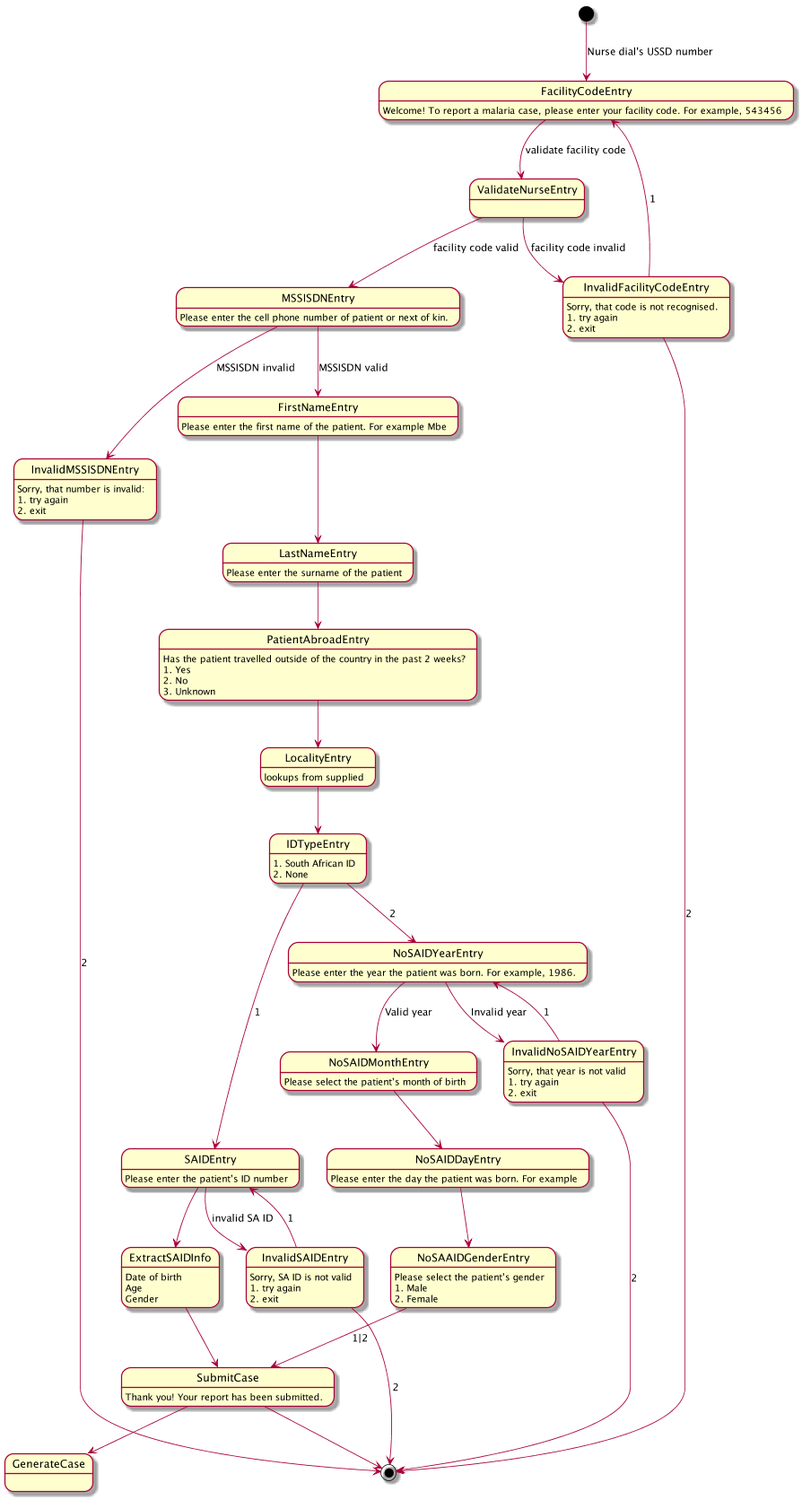
The PlantUML diagram State.png in praekeltfoundation/go-jsbox-malaria24, before a commit. Its diagram source:
```plantuml
@startuml
scale 900 width


[*] --> FacilityCodeEntry : Nurse dial's USSD number
FacilityCodeEntry : Welcome! To report a malaria case, please enter your facility code. For example, 543456

FacilityCodeEntry --> ValidateNurseEntry : validate facility code
ValidateNurseEntry --> InvalidFacilityCodeEntry : facility code invalid
InvalidFacilityCodeEntry: Sorry, that code is not recognised.
InvalidFacilityCodeEntry: 1. try again
InvalidFacilityCodeEntry: 2. exit
InvalidFacilityCodeEntry --> [*] : 2
InvalidFacilityCodeEntry --> FacilityCodeEntry : 1
ValidateNurseEntry --> MSSISDNEntry : facility code valid
MSSISDNEntry : Please enter the cell phone number of patient or next of kin.

MSSISDNEntry --> InvalidMSSISDNEntry : MSSISDN invalid
InvalidMSSISDNEntry : Sorry, that number is invalid:
InvalidMSSISDNEntry: 1. try again
InvalidMSSISDNEntry: 2. exit

InvalidMSSISDNEntry --> [*] : 2

MSSISDNEntry --> FirstNameEntry : MSSISDN valid
FirstNameEntry : Please enter the first name of the patient. For example Mbe
FirstNameEntry --> LastNameEntry
LastNameEntry : Please enter the surname of the patient

LastNameEntry --> PatientAbroadEntry
PatientAbroadEntry : Has the patient travelled outside of the country in the past 2 weeks?
PatientAbroadEntry: 1. Yes
PatientAbroadEntry : 2. No
PatientAbroadEntry : 3. Unknown
PatientAbroadEntry --> LocalityEntry
LocalityEntry : lookups from supplied
LocalityEntry --> IDTypeEntry
IDTypeEntry --> SAIDEntry : 1
IDTypeEntry : 1. South African ID
IDTypeEntry : 2. None

IDTypeEntry --> NoSAIDYearEntry : 2
NoSAIDYearEntry : Please enter the year the patient was born. For example, 1986.
NoSAIDYearEntry --> InvalidNoSAIDYearEntry : Invalid year
InvalidNoSAIDYearEntry: Sorry, that year is not valid
InvalidNoSAIDYearEntry : 1. try again
InvalidNoSAIDYearEntry : 2. exit

InvalidNoSAIDYearEntry --> [*] : 2
InvalidNoSAIDYearEntry --> NoSAIDYearEntry : 1


NoSAIDYearEntry --> NoSAIDMonthEntry : Valid year
NoSAIDMonthEntry : Please select the patient?s month of birth
NoSAIDMonthEntry --> NoSAIDDayEntry
NoSAIDDayEntry : Please enter the day the patient was born. For example
NoSAIDDayEntry --> NoSAAIDGenderEntry
NoSAAIDGenderEntry : Please select the patient?s gender
NoSAAIDGenderEntry : 1. Male
NoSAAIDGenderEntry : 2. Female

NoSAAIDGenderEntry --> SubmitCase : 1|2
SAIDEntry : Please enter the patient?s ID number
SAIDEntry --> InvalidSAIDEntry : invalid SA ID

InvalidSAIDEntry : Sorry, SA ID is not valid
InvalidSAIDEntry : 1. try again
InvalidSAIDEntry : 2. exit

InvalidSAIDEntry --> SAIDEntry : 1
InvalidSAIDEntry --> [*] : 2

SAIDEntry --> ExtractSAIDInfo
ExtractSAIDInfo --> SubmitCase
ExtractSAIDInfo : Date of birth
ExtractSAIDInfo : Age
ExtractSAIDInfo : Gender

SubmitCase --> [*]

SubmitCase: Thank you! Your report has been submitted.

SubmitCase --> GenerateCase

@enduml
```
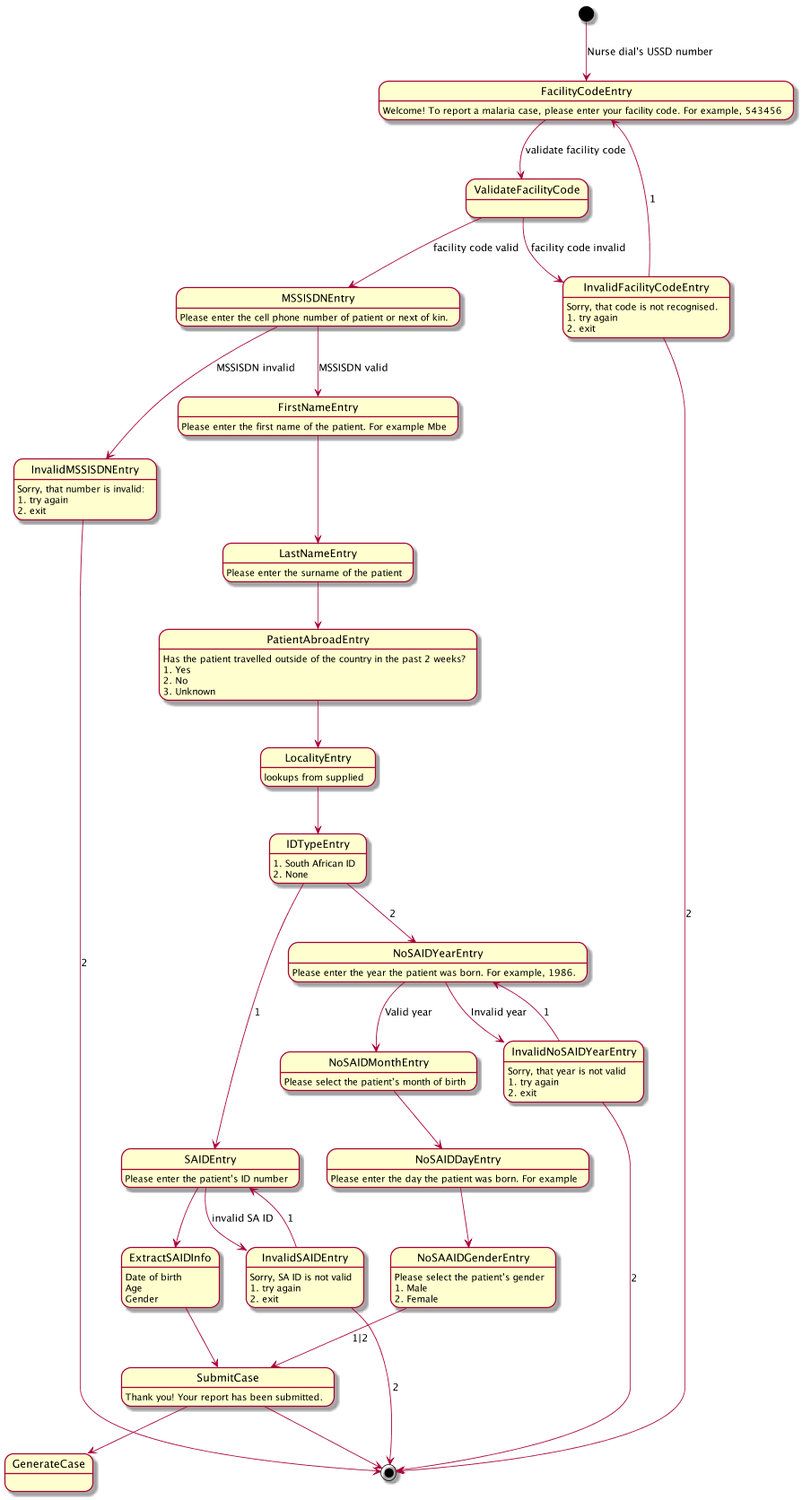
The same file after the commit.

What changed in the source:
```diff
@@ -5,14 +5,14 @@
 [*] --> FacilityCodeEntry : Nurse dial's USSD number
 FacilityCodeEntry : Welcome! To report a malaria case, please enter your facility code. For example, 543456
 
-FacilityCodeEntry --> ValidateNurseEntry : validate facility code
-ValidateNurseEntry --> InvalidFacilityCodeEntry : facility code invalid
+FacilityCodeEntry --> ValidateFacilityCode : validate facility code
+ValidateFacilityCode --> InvalidFacilityCodeEntry : facility code invalid
 InvalidFacilityCodeEntry: Sorry, that code is not recognised.
 InvalidFacilityCodeEntry: 1. try again
 InvalidFacilityCodeEntry: 2. exit
 InvalidFacilityCodeEntry --> [*] : 2
 InvalidFacilityCodeEntry --> FacilityCodeEntry : 1
-ValidateNurseEntry --> MSSISDNEntry : facility code valid
+ValidateFacilityCode --> MSSISDNEntry : facility code valid
 MSSISDNEntry : Please enter the cell phone number of patient or next of kin.
 
 MSSISDNEntry --> InvalidMSSISDNEntry : MSSISDN invalid
```
